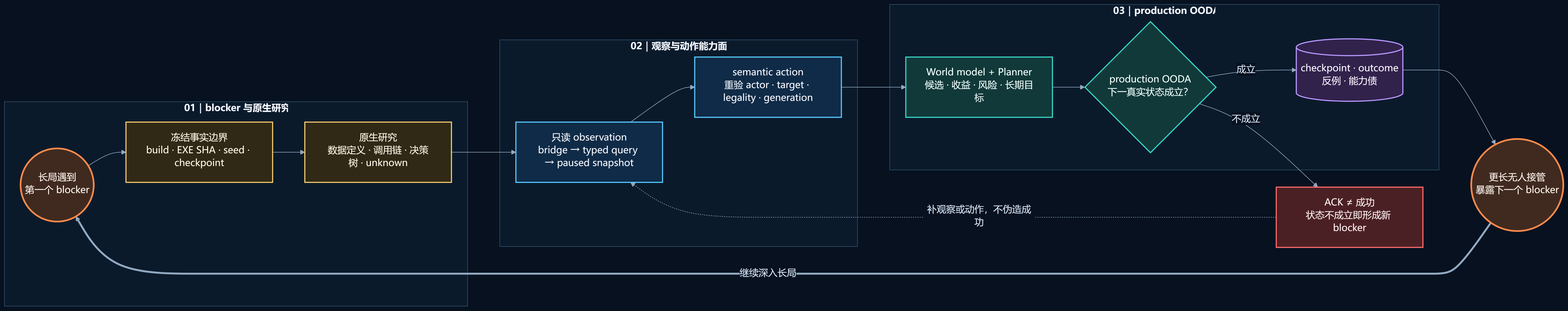
XenoAmess/ck3_eternal_recurrence keeps this Mermaid diagram as docs/project-causality-architecture/rendered/03-loop-b-agent-capability.png. Above is the earlier version. Its source is kept beside it as docs/project-causality-architecture/src/03-loop-b-agent-capability.mmd.
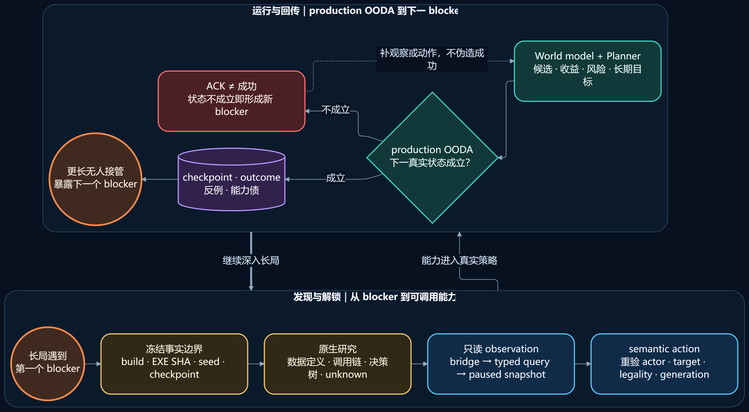
Later version of the same file.

Change to the diagram source:
```diff
@@ -1,37 +1,29 @@
-flowchart LR
-    subgraph DISCOVERY["01｜blocker 与原生研究"]
-      direction TB
+flowchart TB
+    subgraph DISCOVERY["发现与解锁｜从 blocker 到可调用能力"]
+      direction LR
       B1(("长局遇到<br/>第一个 blocker"))
       B2["冻结事实边界<br/>build · EXE SHA · seed · checkpoint"]
       B3["原生研究<br/>数据定义 · 调用链 · 决策树 · unknown"]
-      B1 --> B2 --> B3
+      B4["只读 observation<br/>bridge → typed query → paused snapshot"]
+      B5["semantic action<br/>重验 actor · target · legality · generation"]
+      B1 --> B2 --> B3 --> B4 --> B5
     end
 
-    subgraph CAPABILITY["02｜观察与动作能力面"]
-      direction TB
-      B4["只读 observation<br/>bridge → typed query → paused snapshot"]
-      B5["semantic action<br/>重验 actor · target · legality · generation"]
-      B4 --> B5
-    end
-
-    subgraph AUTONOMY["03｜production OODA"]
-      direction TB
+    subgraph OODA["运行与回传｜production OODA 到下一 blocker"]
+      direction RL
       B6["World model + Planner<br/>候选 · 收益 · 风险 · 长期目标"]
       B7{"production OODA<br/>下一真实状态成立？"}
       B8[("checkpoint · outcome<br/>反例 · 能力债")]
+      B9(("更长无人接管<br/>暴露下一个 blocker"))
+      BR["ACK ≠ 成功<br/>状态不成立即形成新 blocker"]
       B6 --> B7
-      B7 -- "成立" --> B8
+      B7 -- "成立" --> B8 --> B9
+      B7 -- "不成立" --> BR
+      BR -. "补观察或动作，不伪造成功" .-> B6
     end
 
-    B9(("更长无人接管<br/>暴露下一个 blocker"))
-    BR["ACK ≠ 成功<br/>状态不成立即形成新 blocker"]
-
-    B3 --> B4
-    B5 --> B6
-    B7 -- "不成立" --> BR
-    BR -. "补观察或动作，不伪造成功" .-> B4
-    B8 --> B9
-    B9 == "继续深入长局" ==> B1
+    DISCOVERY -- "能力进入真实策略" --> OODA
+    OODA == "继续深入长局" ==> DISCOVERY
 
     class B1,B9 loop;
     class B2,B3 research;
```
